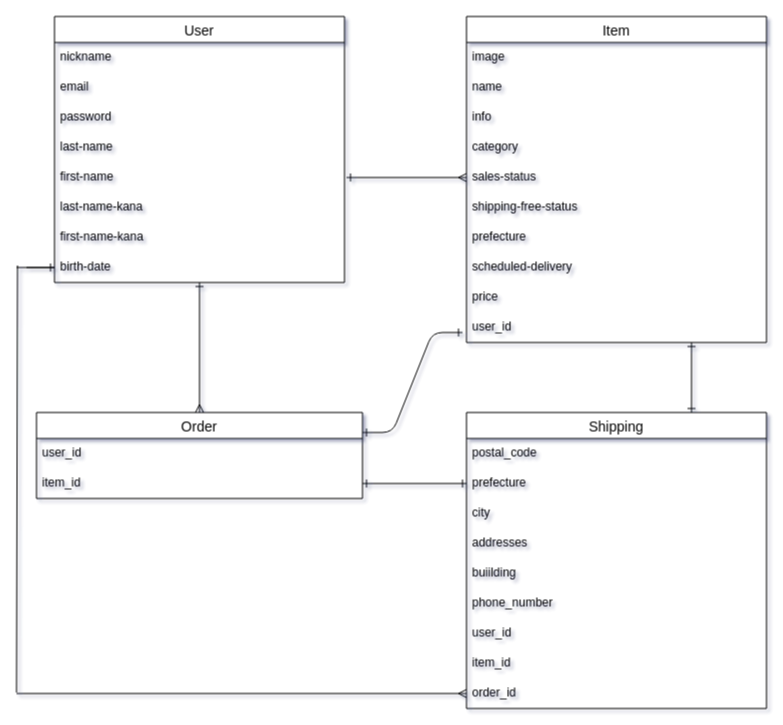
saxtuchi/furima-38417 keeps this draw.io diagram as frima.dio. Above is the earlier version. Source tidied: cells renumbered, new cells numbered last; positions are measured from the earlier drawing's top-left corner, leaving out a move shared by most shapes. Both pictures are drawn from the tidied source at 100%, with x=0, y=0 at pixel (16, 16).
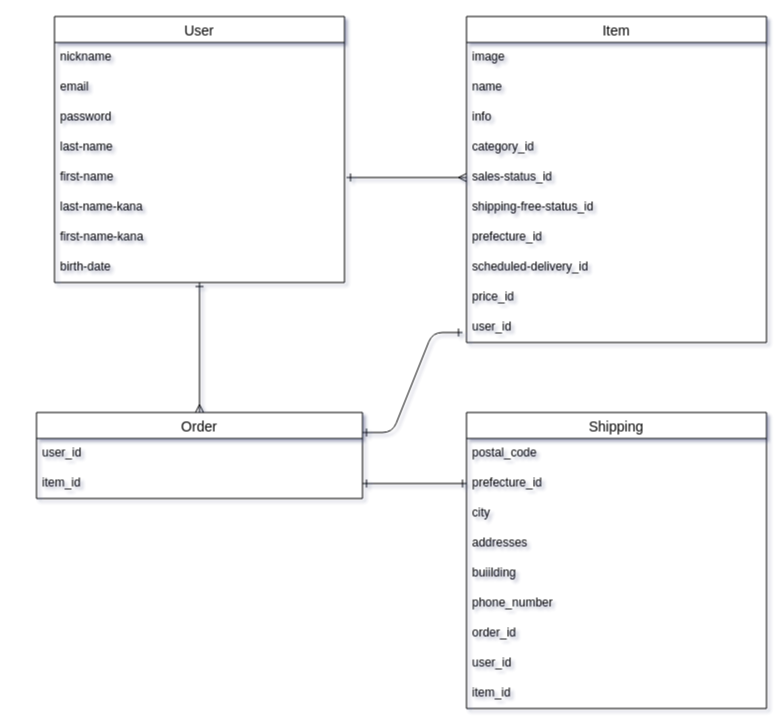
The same diagram, later.

Unchanged cells that the change refers to:
```xml
<mxCell id="11" value="birth-date" style="text;strokeColor=none;fillColor=none;spacingLeft=4;spacingRight=4;overflow=hidden;points=[[0,0.5],[1,0.5]];portConstraint=eastwest;fontSize=12;" parent="3" vertex="1">
  <mxGeometry y="236" width="290" height="30" as="geometry" />
</mxCell>
<mxCell id="12" value="Item" style="swimlane;fontStyle=0;horizontal=1;startSize=26;align=center;fontSize=14;" parent="1" vertex="1">
  <mxGeometry x="450" width="300" height="326" as="geometry" />
</mxCell>
<mxCell id="28" value="Shipping" style="swimlane;fontStyle=0;horizontal=1;startSize=26;align=center;fontSize=14;" parent="1" vertex="1">
  <mxGeometry x="450" y="396" width="300" height="296" as="geometry" />
</mxCell>
```

What changed in the source:
```diff
@@
-    <mxCell id="16" value="category" style="text;strokeColor=none;fillColor=none;spacingLeft=4;spacingRight=4;overflow=hidden;fontSize=12;" parent="12" vertex="1">
+    <mxCell id="16" value="category_id" style="text;strokeColor=none;fillColor=none;spacingLeft=4;spacingRight=4;overflow=hidden;fontSize=12;" parent="12" vertex="1">
       <mxGeometry y="116" width="300" height="30" as="geometry" />
     </mxCell>
-    <mxCell id="17" value="sales-status&#10;" style="text;strokeColor=none;fillColor=none;spacingLeft=4;spacingRight=4;overflow=hidden;points=[[0,0.5],[1,0.5]];portConstraint=eastwest;fontSize=12;" parent="12" vertex="1">
+    <mxCell id="17" value="sales-status_id&#10;" style="text;strokeColor=none;fillColor=none;spacingLeft=4;spacingRight=4;overflow=hidden;points=[[0,0.5],[1,0.5]];portConstraint=eastwest;fontSize=12;" parent="12" vertex="1">
       <mxGeometry y="146" width="300" height="30" as="geometry" />
     </mxCell>
-    <mxCell id="18" value="shipping-free-status" style="text;strokeColor=none;fillColor=none;spacingLeft=4;spacingRight=4;overflow=hidden;fontSize=12;" parent="12" vertex="1">
+    <mxCell id="18" value="shipping-free-status_id" style="text;strokeColor=none;fillColor=none;spacingLeft=4;spacingRight=4;overflow=hidden;fontSize=12;" parent="12" vertex="1">
       <mxGeometry y="176" width="300" height="30" as="geometry" />
     </mxCell>
-    <mxCell id="19" value="prefecture" style="text;strokeColor=none;fillColor=none;spacingLeft=4;spacingRight=4;overflow=hidden;fontSize=12;" parent="12" vertex="1">
+    <mxCell id="19" value="prefecture_id" style="text;strokeColor=none;fillColor=none;spacingLeft=4;spacingRight=4;overflow=hidden;fontSize=12;" parent="12" vertex="1">
       <mxGeometry y="206" width="300" height="30" as="geometry" />
     </mxCell>
-    <mxCell id="20" value="scheduled-delivery" style="text;strokeColor=none;fillColor=none;spacingLeft=4;spacingRight=4;overflow=hidden;fontSize=12;" parent="12" vertex="1">
+    <mxCell id="20" value="scheduled-delivery_id" style="text;strokeColor=none;fillColor=none;spacingLeft=4;spacingRight=4;overflow=hidden;fontSize=12;" parent="12" vertex="1">
       <mxGeometry y="236" width="300" height="30" as="geometry" />
     </mxCell>
-    <mxCell id="21" value="price" style="text;strokeColor=none;fillColor=none;spacingLeft=4;spacingRight=4;overflow=hidden;fontSize=12;" parent="12" vertex="1">
+    <mxCell id="21" value="price_id" style="text;strokeColor=none;fillColor=none;spacingLeft=4;spacingRight=4;overflow=hidden;fontSize=12;" parent="12" vertex="1">
       <mxGeometry y="266" width="300" height="30" as="geometry" />
     </mxCell>
@@
-    <mxCell id="27" style="edgeStyle=none;html=1;exitX=0.75;exitY=0;exitDx=0;exitDy=0;entryX=0.75;entryY=1;entryDx=0;entryDy=0;startArrow=ERone;startFill=0;endArrow=ERone;endFill=0;" parent="1" edge="1" source="28" target="12">
-      <mxGeometry relative="1" as="geometry" />
-    </mxCell>
@@
-    <mxCell id="30" value="prefecture" style="text;strokeColor=none;fillColor=none;spacingLeft=4;spacingRight=4;overflow=hidden;points=[[0,0.5],[1,0.5]];portConstraint=eastwest;fontSize=12;" parent="28" vertex="1">
+    <mxCell id="30" value="prefecture_id" style="text;strokeColor=none;fillColor=none;spacingLeft=4;spacingRight=4;overflow=hidden;points=[[0,0.5],[1,0.5]];portConstraint=eastwest;fontSize=12;" parent="28" vertex="1">
       <mxGeometry y="56" width="300" height="30" as="geometry" />
     </mxCell>
@@
+    <mxCell id="37" value="order_id" style="text;strokeColor=none;fillColor=none;spacingLeft=4;spacingRight=4;overflow=hidden;points=[[0,0.5],[1,0.5]];portConstraint=eastwest;fontSize=12;" parent="28" vertex="1">
+      <mxGeometry y="206" width="300" height="30" as="geometry" />
+    </mxCell>
     <mxCell id="35" value="user_id" style="text;strokeColor=none;fillColor=none;spacingLeft=4;spacingRight=4;overflow=hidden;fontSize=12;" parent="28" vertex="1">
-      <mxGeometry y="206" width="300" height="30" as="geometry" />
+      <mxGeometry y="236" width="300" height="30" as="geometry" />
     </mxCell>
     <mxCell id="36" value="item_id" style="text;strokeColor=none;fillColor=none;spacingLeft=4;spacingRight=4;overflow=hidden;fontSize=12;" parent="28" vertex="1">
-      <mxGeometry y="236" width="300" height="30" as="geometry" />
+      <mxGeometry y="266" width="300" height="30" as="geometry" />
     </mxCell>
-    <mxCell id="37" value="order_id" style="text;strokeColor=none;fillColor=none;spacingLeft=4;spacingRight=4;overflow=hidden;points=[[0,0.5],[1,0.5]];portConstraint=eastwest;fontSize=12;" parent="28" vertex="1">
-      <mxGeometry y="266" width="300" height="30" as="geometry" />
-    </mxCell>
@@
-    <mxCell id="40" style="edgeStyle=none;html=1;exitX=0;exitY=0.5;exitDx=0;exitDy=0;startArrow=none;startFill=0;endArrow=none;endFill=0;" parent="1" edge="1" source="11">
-      <mxGeometry relative="1" as="geometry">
-        <mxPoint y="251" as="targetPoint" />
-      </mxGeometry>
-    </mxCell>
-    <mxCell id="41" style="edgeStyle=none;html=1;startArrow=none;startFill=0;endArrow=ERone;endFill=0;" parent="1" edge="1" target="11">
-      <mxGeometry relative="1" as="geometry">
-        <mxPoint x="10" y="251" as="sourcePoint" />
-      </mxGeometry>
-    </mxCell>
-    <mxCell id="42" style="edgeStyle=none;html=1;exitX=0;exitY=0.5;exitDx=0;exitDy=0;startArrow=ERmany;startFill=0;endArrow=none;endFill=0;" parent="1" edge="1" source="37">
-      <mxGeometry relative="1" as="geometry">
-        <mxPoint y="677" as="targetPoint" />
-      </mxGeometry>
-    </mxCell>
-    <mxCell id="43" style="edgeStyle=none;html=1;startArrow=none;startFill=0;endArrow=none;endFill=0;exitX=1.1;exitY=0.3;exitDx=0;exitDy=0;exitPerimeter=0;" parent="1" edge="1">
-      <mxGeometry relative="1" as="geometry">
-        <mxPoint x="1" y="249" as="sourcePoint" />
-        <mxPoint y="676" as="targetPoint" />
-      </mxGeometry>
-    </mxCell>
```
